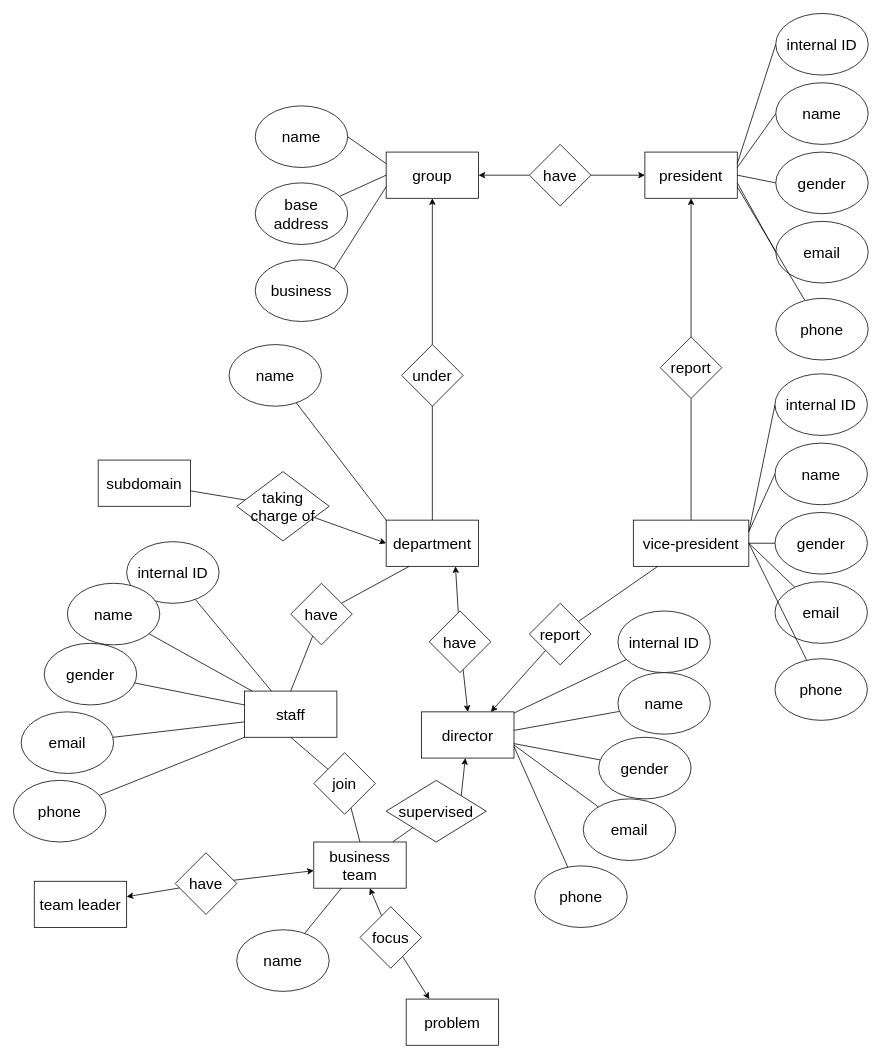
Above: 3100_asmt3_Q3.drawio in wkng0/heyy (draw.io), before the change. Source tidied: cells renumbered, new cells numbered last; positions are measured from the earlier drawing's top-left corner, leaving out a move shared by most shapes. Both pictures are drawn from the tidied source at 77%, with x=0, y=0 at pixel (13, 13).
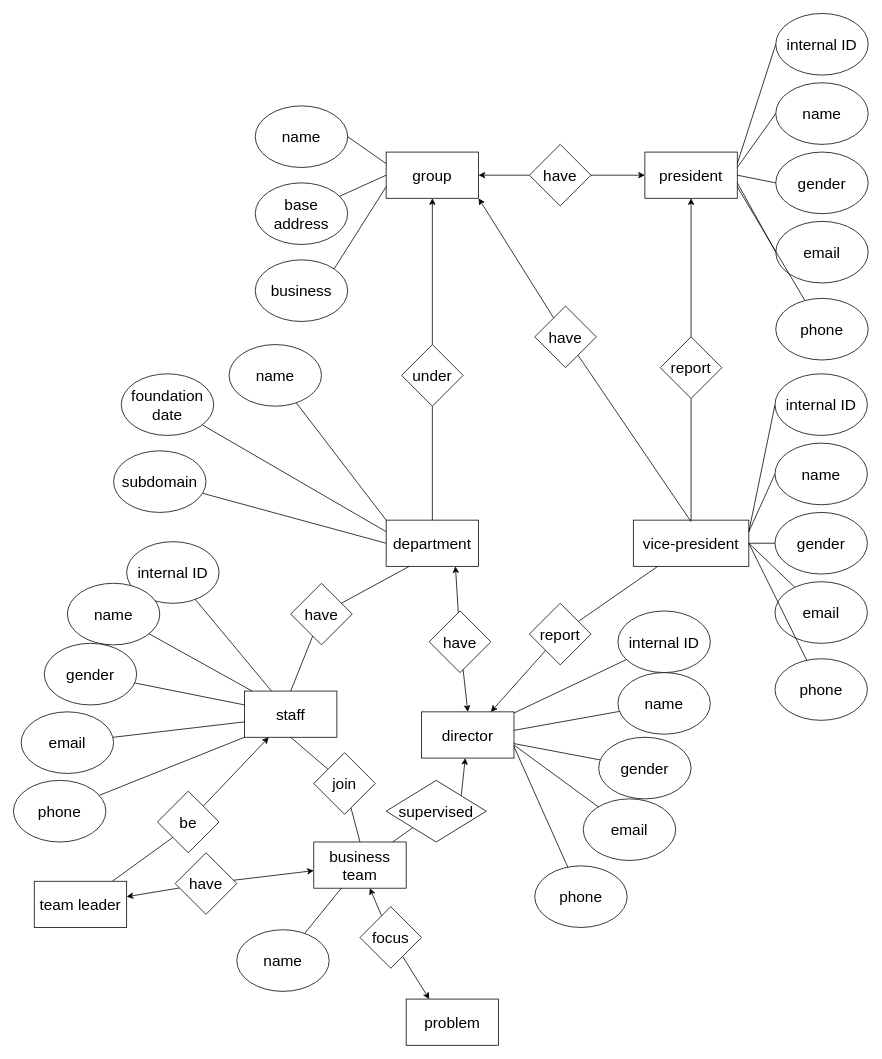
The same diagram, later.

Unchanged cells that the change refers to:
```xml
<mxCell id="2" value="&lt;font style=&quot;font-size: 20px&quot;&gt;group&lt;/font&gt;" style="rounded=0;whiteSpace=wrap;html=1;" parent="1" vertex="1">
  <mxGeometry x="484" y="180" width="120" height="60" as="geometry" />
</mxCell>
<mxCell id="37" value="department" style="rounded=0;whiteSpace=wrap;html=1;fontSize=20;" parent="1" vertex="1">
  <mxGeometry x="484" y="658" width="120" height="60" as="geometry" />
</mxCell>
<mxCell id="38" value="staff" style="rounded=0;whiteSpace=wrap;html=1;fontSize=20;" parent="1" vertex="1">
  <mxGeometry x="300" y="880" width="120" height="60" as="geometry" />
</mxCell>
<mxCell id="71" value="team leader" style="rounded=0;whiteSpace=wrap;html=1;fontSize=20;" parent="1" vertex="1">
  <mxGeometry x="27" y="1127" width="120" height="60" as="geometry" />
</mxCell>
```

Diff of the diagram source:
```diff
@@
+    <mxCell id="95" style="edgeStyle=none;rounded=0;jettySize=auto;html=1;entryX=0;entryY=1;entryDx=0;entryDy=0;fontSize=20;startArrow=none;startFill=0;endArrow=none;endFill=0;" parent="1" edge="1" source="71" target="103">
+      <mxGeometry relative="1" as="geometry" />
+    </mxCell>
@@
-    <mxCell id="77" value="subdomain" style="rounded=0;whiteSpace=wrap;html=1;fontSize=20;" parent="1" vertex="1">
-      <mxGeometry x="110" y="580" width="120" height="60" as="geometry" />
-    </mxCell>
-    <mxCell id="78" style="edgeStyle=none;rounded=0;jettySize=auto;html=1;entryX=0;entryY=0.5;entryDx=0;entryDy=0;fontSize=20;endArrow=classic;endFill=1;strokeColor=default;" parent="1" edge="1" source="80" target="37">
-      <mxGeometry relative="1" as="geometry" />
-    </mxCell>
-    <mxCell id="79" style="edgeStyle=none;rounded=0;jettySize=auto;html=1;fontSize=20;endArrow=none;endFill=0;strokeColor=default;" parent="1" edge="1" source="80" target="77">
-      <mxGeometry relative="1" as="geometry" />
-    </mxCell>
-    <mxCell id="80" value="taking charge of" style="rhombus;whiteSpace=wrap;html=1;fontSize=20;" parent="1" vertex="1">
-      <mxGeometry x="290" y="595" width="120" height="90" as="geometry" />
-    </mxCell>
@@
+    <mxCell id="96" style="rounded=0;jettySize=auto;html=1;entryX=1;entryY=1;entryDx=0;entryDy=0;" parent="1" edge="1" source="98" target="2">
+      <mxGeometry relative="1" as="geometry" />
+    </mxCell>
+    <mxCell id="97" style="rounded=0;jettySize=auto;html=1;endArrow=none;endFill=0;" parent="1" edge="1" source="98">
+      <mxGeometry relative="1" as="geometry">
+        <mxPoint x="880" y="660" as="targetPoint" />
+      </mxGeometry>
+    </mxCell>
+    <mxCell id="98" value="have" style="rhombus;whiteSpace=wrap;html=1;fontSize=20;" parent="1" vertex="1">
+      <mxGeometry x="677" y="380" width="80" height="80" as="geometry" />
+    </mxCell>
+    <mxCell id="99" style="edgeStyle=none;rounded=0;jettySize=auto;html=1;entryX=0;entryY=0.25;entryDx=0;entryDy=0;fontSize=20;endArrow=none;endFill=0;" parent="1" edge="1" source="100" target="37">
+      <mxGeometry relative="1" as="geometry" />
+    </mxCell>
+    <mxCell id="100" value="&lt;font style=&quot;font-size: 20px&quot;&gt;foundation date&lt;/font&gt;" style="ellipse;whiteSpace=wrap;html=1;" parent="1" vertex="1">
+      <mxGeometry x="140" y="468" width="120" height="80" as="geometry" />
+    </mxCell>
+    <mxCell id="101" style="edgeStyle=none;rounded=0;jettySize=auto;html=1;entryX=0;entryY=0.5;entryDx=0;entryDy=0;fontSize=20;endArrow=none;endFill=0;" parent="1" edge="1" source="77" target="37">
+      <mxGeometry relative="1" as="geometry" />
+    </mxCell>
+    <mxCell id="77" value="subdomain" style="ellipse;whiteSpace=wrap;html=1;fontSize=20;" parent="1" vertex="1">
+      <mxGeometry x="130" y="568" width="120" height="80" as="geometry" />
+    </mxCell>
+    <mxCell id="102" style="edgeStyle=none;rounded=0;jettySize=auto;html=1;fontSize=20;startArrow=none;startFill=0;endArrow=classic;endFill=1;" parent="1" edge="1" source="103" target="38">
+      <mxGeometry relative="1" as="geometry" />
+    </mxCell>
+    <mxCell id="103" value="be" style="rhombus;whiteSpace=wrap;html=1;fontSize=20;" parent="1" vertex="1">
+      <mxGeometry x="187" y="1010" width="80" height="80" as="geometry" />
+    </mxCell>
```
